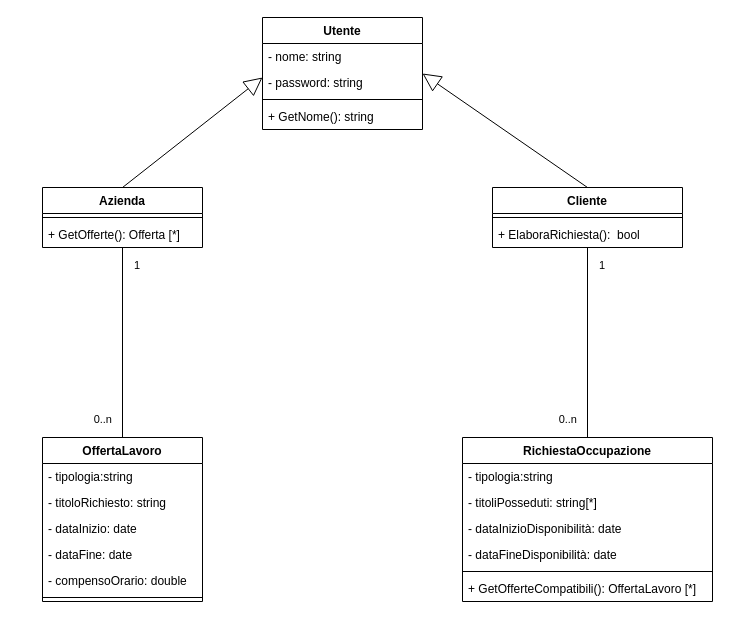
This is agenzia-lavoro-internale-design.drawio from LorenzoFiscato/Lorenzo-Fiscato-agenzia-lavoro-internale-design, a draw.io file, before an edit. Source tidied: cells renumbered, new cells numbered last; positions are measured from the earlier drawing's top-left corner, leaving out a move shared by most shapes. Both pictures are drawn from the tidied source at 100%, with x=0, y=0 at pixel (42, 17).
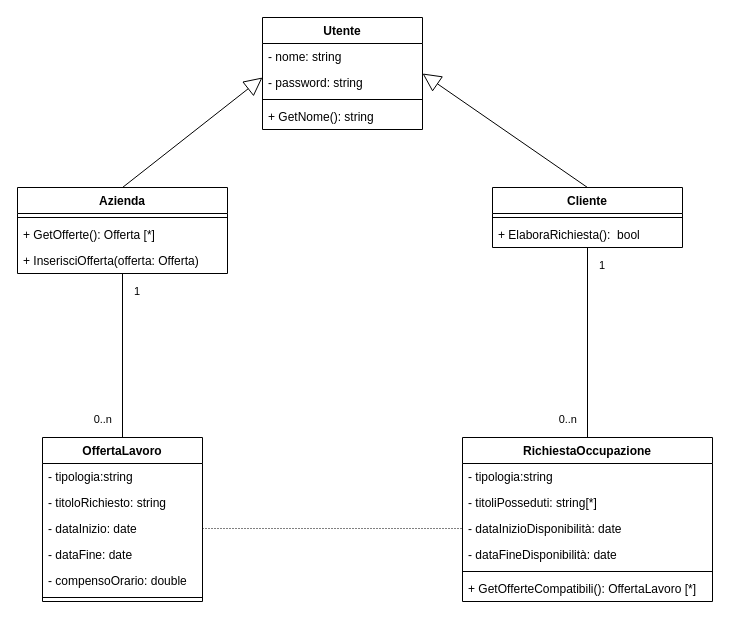
Above is the later version.

Commit message (it also covers changes not shown here):
aggiunti metodi e collegamenti tra classi

The change refers to these unchanged cells:
```xml
<mxCell id="18" value="- dataInizio: date" style="text;strokeColor=none;fillColor=none;align=left;verticalAlign=top;spacingLeft=4;spacingRight=4;overflow=hidden;points=[[0,0.5],[1,0.5]];portConstraint=eastwest;whiteSpace=wrap;html=1;" parent="15" vertex="1">
  <mxGeometry y="78" width="160" height="26" as="geometry" />
</mxCell>
<mxCell id="28" value="- dataInizioDisponibilità: date" style="text;strokeColor=none;fillColor=none;align=left;verticalAlign=top;spacingLeft=4;spacingRight=4;overflow=hidden;points=[[0,0.5],[1,0.5]];portConstraint=eastwest;whiteSpace=wrap;html=1;" parent="25" vertex="1">
  <mxGeometry y="78" width="250" height="26" as="geometry" />
</mxCell>
```

Diff of the diagram source:
```diff
@@
     <mxCell id="2" value="Azienda" style="swimlane;fontStyle=1;align=center;verticalAlign=top;horizontal=1;startSize=26;whiteSpace=wrap;html=1;" parent="1" vertex="1">
-      <mxGeometry y="170" width="160" height="60" as="geometry" />
+      <mxGeometry x="-25" y="170" width="210" height="86" as="geometry" />
     </mxCell>
     <mxCell id="3" style="line;strokeWidth=1;fillColor=none;align=left;verticalAlign=middle;spacingTop=-1;spacingLeft=3;spacingRight=3;labelPosition=right;strokeColor=inherit;" parent="2" vertex="1">
-      <mxGeometry y="26" width="160" height="8" as="geometry" />
+      <mxGeometry y="26" width="210" height="8" as="geometry" />
     </mxCell>
     <mxCell id="4" value="+ GetOfferte(): Offerta [*]" style="text;strokeColor=none;fillColor=none;align=left;verticalAlign=top;spacingLeft=4;spacingRight=4;overflow=hidden;whiteSpace=wrap;html=1;" parent="2" vertex="1">
-      <mxGeometry y="34" width="160" height="26" as="geometry" />
+      <mxGeometry y="34" width="210" height="26" as="geometry" />
     </mxCell>
+    <mxCell id="35" value="+ InserisciOfferta(offerta: Offerta)" style="text;strokeColor=none;fillColor=none;align=left;verticalAlign=top;spacingLeft=4;spacingRight=4;overflow=hidden;whiteSpace=wrap;html=1;" parent="2" vertex="1">
+      <mxGeometry y="60" width="210" height="26" as="geometry" />
+    </mxCell>
@@
+    <mxCell id="36" style="endArrow=none;html=1;rounded=0;dashed=1;dashPattern=1 2;exitX=1;exitY=0.5;exitDx=0;exitDy=0;entryX=0;entryY=0.5;entryDx=0;entryDy=0;" parent="1" edge="1" source="18" target="28">
+      <mxGeometry relative="1" as="geometry" />
+    </mxCell>
```
